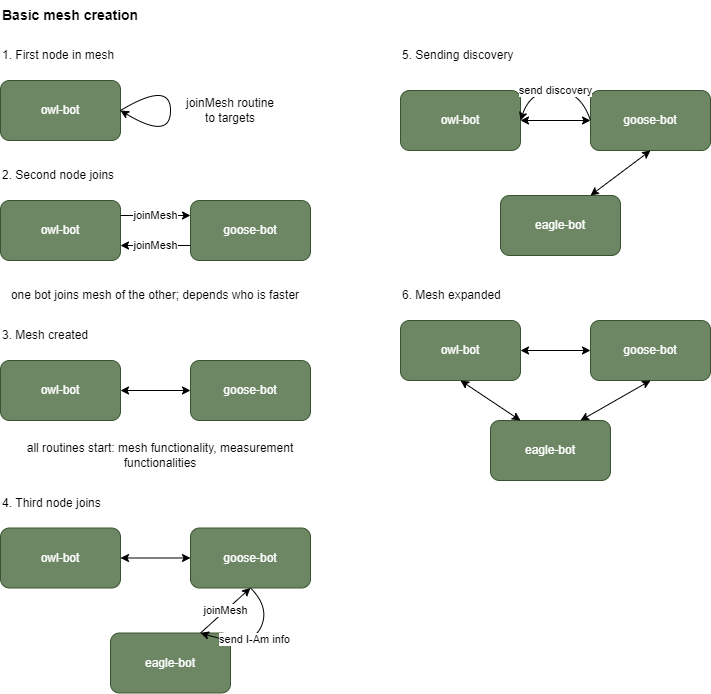
This is mesh.drawio.png from telekom/canary-bot, a draw.io export, as it was before one commit. Source tidied: cells renumbered, new cells last; positions are measured from the earlier drawing's top-left corner, leaving out a move shared by most shapes.
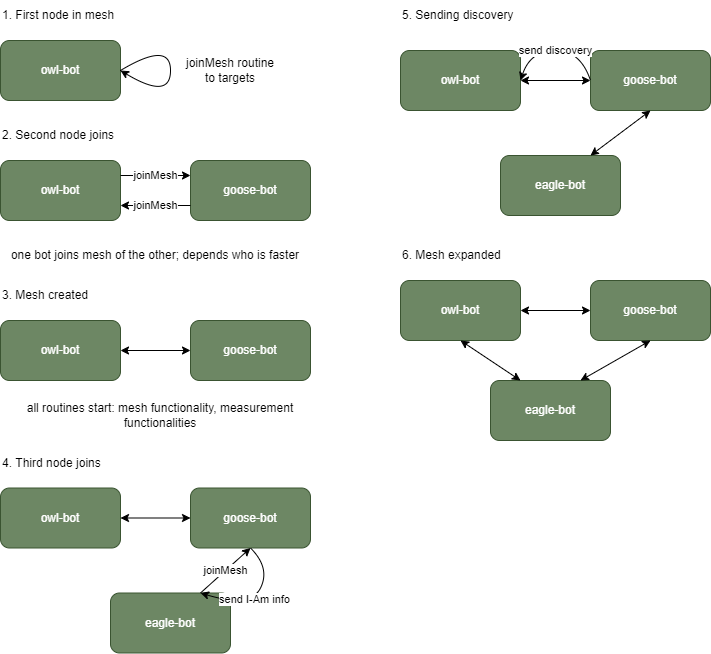
Later version of the same file.

The edit, as a diff of the source:
```diff
@@ -118,9 +118,6 @@
     <mxCell id="36" value="6. Mesh expanded" style="text;html=1;strokeColor=none;fillColor=none;align=left;verticalAlign=middle;whiteSpace=wrap;rounded=0;" parent="1" vertex="1">
       <mxGeometry x="400" y="280" width="140" height="30" as="geometry" />
     </mxCell>
-    <mxCell id="37" value="Basic mesh creation" style="text;html=1;strokeColor=none;fillColor=none;align=left;verticalAlign=middle;whiteSpace=wrap;rounded=0;fontStyle=1;fontSize=14;" parent="1" vertex="1">
-      <mxGeometry width="140" height="30" as="geometry" />
-    </mxCell>
     <mxCell id="38" value="send I-Am info" style="curved=1;endArrow=classic;html=1;entryX=0.75;entryY=0;entryDx=0;entryDy=0;exitX=0.5;exitY=1;exitDx=0;exitDy=0;" parent="1" edge="1" source="19" target="21">
       <mxGeometry relative="1" as="geometry">
         <Array as="points">
```
